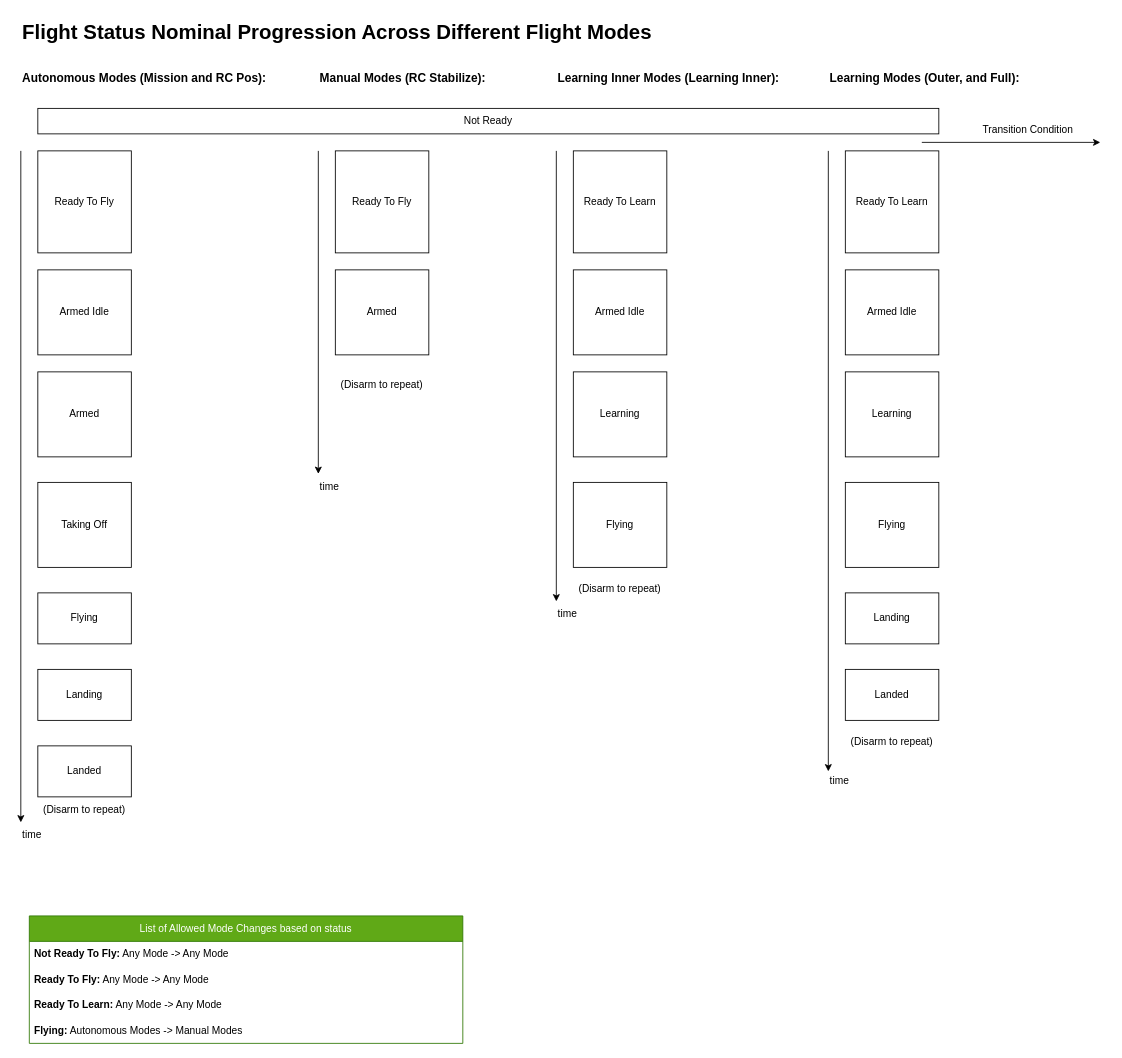
Before: Guide/HEAR Software/Flight Modes/flight_states.drawio in DroneLeaf/HEAR_wiki, a draw.io diagram. Source tidied: cells renumbered, new cells numbered last; positions are measured from the earlier drawing's top-left corner, leaving out a move shared by most shapes. Both pictures are drawn from the tidied source at 85%, with x=0, y=0 at pixel (20, 14).
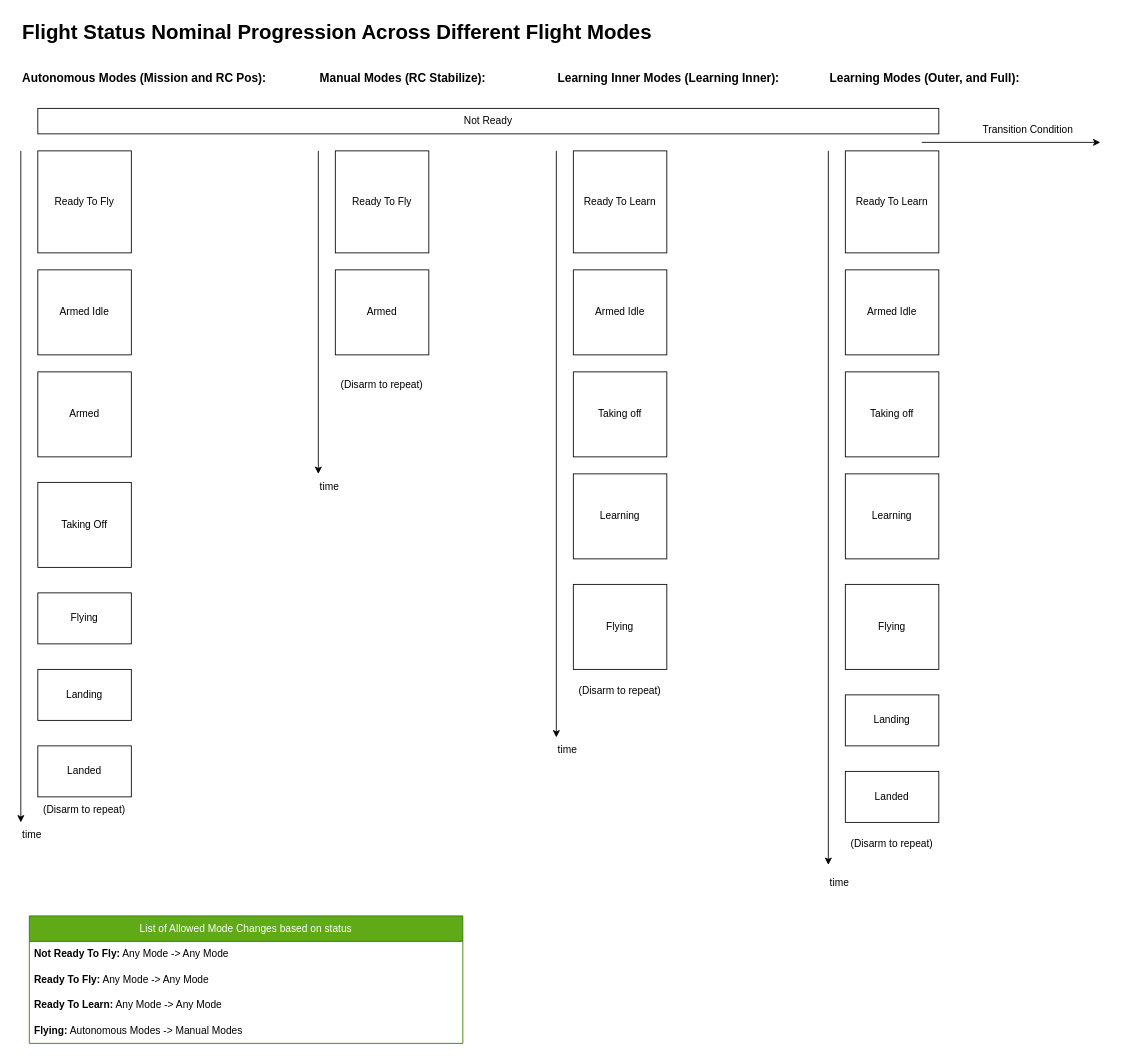
After the change.

What changed in the source:
```diff
@@
     <mxCell id="22" value="Learning" style="rounded=0;whiteSpace=wrap;html=1;" parent="1" vertex="1">
-      <mxGeometry x="650" y="420" width="110" height="100" as="geometry" />
+      <mxGeometry x="650" y="540" width="110" height="100" as="geometry" />
     </mxCell>
     <mxCell id="23" value="Flying" style="rounded=0;whiteSpace=wrap;html=1;" parent="1" vertex="1">
-      <mxGeometry x="650" y="550" width="110" height="100" as="geometry" />
+      <mxGeometry x="650" y="670" width="110" height="100" as="geometry" />
     </mxCell>
     <mxCell id="24" style="endArrow=classic;html=1;rounded=0;" parent="1" edge="1">
       <mxGeometry relative="1" as="geometry">
         <mxPoint x="630" y="160" as="sourcePoint" />
-        <mxPoint x="630" y="690" as="targetPoint" />
+        <mxPoint x="630" y="850" as="targetPoint" />
       </mxGeometry>
     </mxCell>
     <mxCell id="25" value="time" style="text;html=1;align=left;verticalAlign=middle;whiteSpace=wrap;rounded=0;" parent="1" vertex="1">
-      <mxGeometry x="630" y="690" width="60" height="30" as="geometry" />
+      <mxGeometry x="630" y="850" width="60" height="30" as="geometry" />
     </mxCell>
     <mxCell id="26" value="(Disarm to repeat)" style="text;html=1;align=center;verticalAlign=middle;whiteSpace=wrap;rounded=0;" parent="1" vertex="1">
-      <mxGeometry x="640" y="660" width="130" height="30" as="geometry" />
+      <mxGeometry x="640" y="780" width="130" height="30" as="geometry" />
     </mxCell>
@@
     <mxCell id="30" value="Learning" style="rounded=0;whiteSpace=wrap;html=1;" parent="1" vertex="1">
-      <mxGeometry x="970" y="420" width="110" height="100" as="geometry" />
+      <mxGeometry x="970" y="540" width="110" height="100" as="geometry" />
     </mxCell>
     <mxCell id="31" value="Flying" style="rounded=0;whiteSpace=wrap;html=1;" parent="1" vertex="1">
-      <mxGeometry x="970" y="550" width="110" height="100" as="geometry" />
+      <mxGeometry x="970" y="670" width="110" height="100" as="geometry" />
     </mxCell>
     <mxCell id="32" style="endArrow=classic;html=1;rounded=0;" parent="1" edge="1">
       <mxGeometry relative="1" as="geometry">
         <mxPoint x="950" y="160" as="sourcePoint" />
-        <mxPoint x="950" y="890" as="targetPoint" />
+        <mxPoint x="950" y="1000" as="targetPoint" />
       </mxGeometry>
     </mxCell>
     <mxCell id="33" value="time" style="text;html=1;align=left;verticalAlign=middle;whiteSpace=wrap;rounded=0;" parent="1" vertex="1">
-      <mxGeometry x="950" y="886" width="60" height="30" as="geometry" />
+      <mxGeometry x="950" y="1006" width="60" height="30" as="geometry" />
     </mxCell>
     <mxCell id="34" value="Landing" style="rounded=0;whiteSpace=wrap;html=1;" parent="1" vertex="1">
-      <mxGeometry x="970" y="680" width="110" height="60" as="geometry" />
+      <mxGeometry x="970" y="800" width="110" height="60" as="geometry" />
     </mxCell>
     <mxCell id="35" value="Landed" style="rounded=0;whiteSpace=wrap;html=1;" parent="1" vertex="1">
-      <mxGeometry x="970" y="770" width="110" height="60" as="geometry" />
+      <mxGeometry x="970" y="890" width="110" height="60" as="geometry" />
     </mxCell>
     <mxCell id="36" value="(Disarm to repeat)" style="text;html=1;align=center;verticalAlign=middle;whiteSpace=wrap;rounded=0;" parent="1" vertex="1">
-      <mxGeometry x="960" y="840" width="130" height="30" as="geometry" />
+      <mxGeometry x="960" y="960" width="130" height="30" as="geometry" />
     </mxCell>
@@
+    <mxCell id="46" value="Taking off" style="rounded=0;whiteSpace=wrap;html=1;" parent="1" vertex="1">
+      <mxGeometry x="650" y="420" width="110" height="100" as="geometry" />
+    </mxCell>
+    <mxCell id="47" value="Taking off" style="rounded=0;whiteSpace=wrap;html=1;" parent="1" vertex="1">
+      <mxGeometry x="970" y="420" width="110" height="100" as="geometry" />
+    </mxCell>
```
